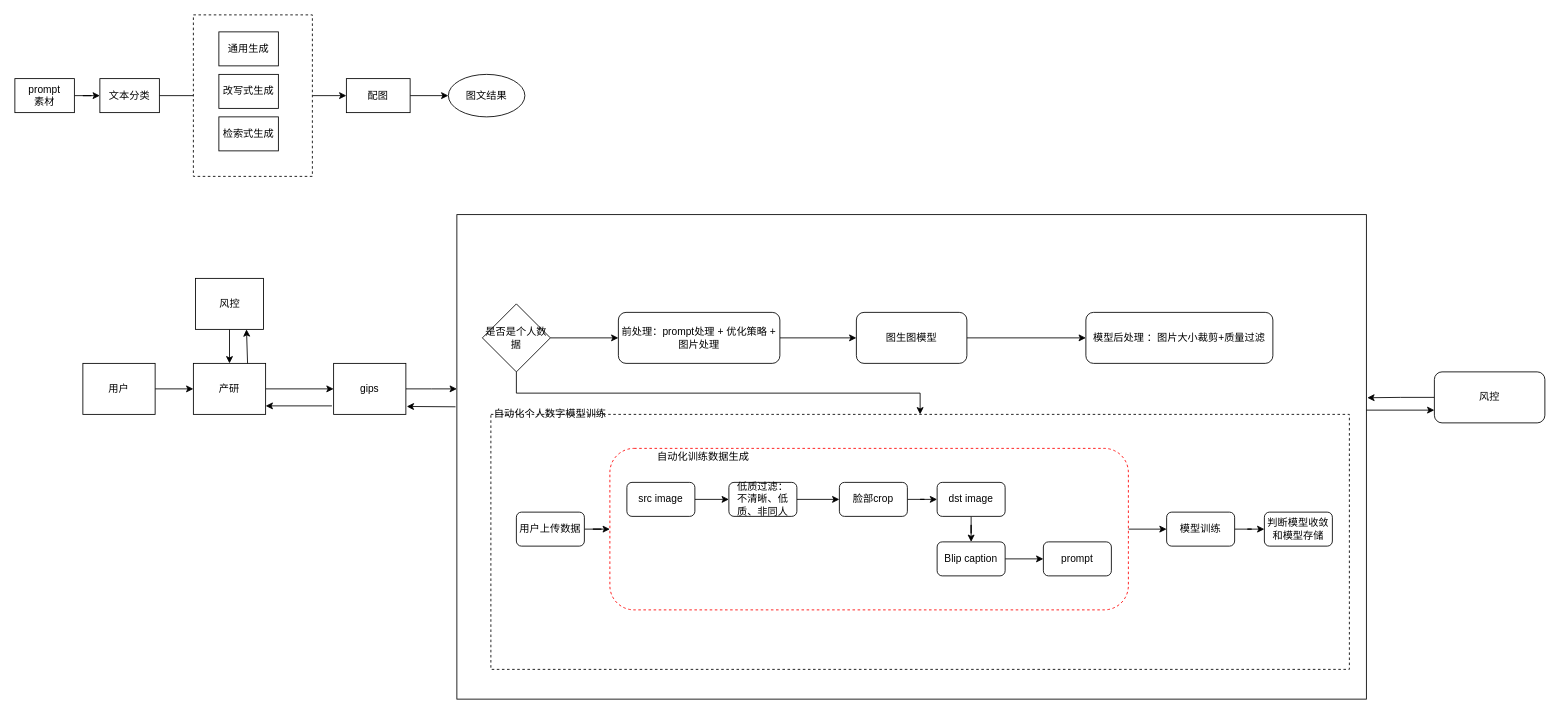
Earlier version of the draw.io diagram 图文生产.drawio (2018liuyan/one). Source tidied: cells renumbered, new cells numbered last; positions are measured from the earlier drawing's top-left corner, leaving out a move shared by most shapes. Both pictures are drawn from the tidied source at 85%, with x=0, y=0 at pixel (14, 14).
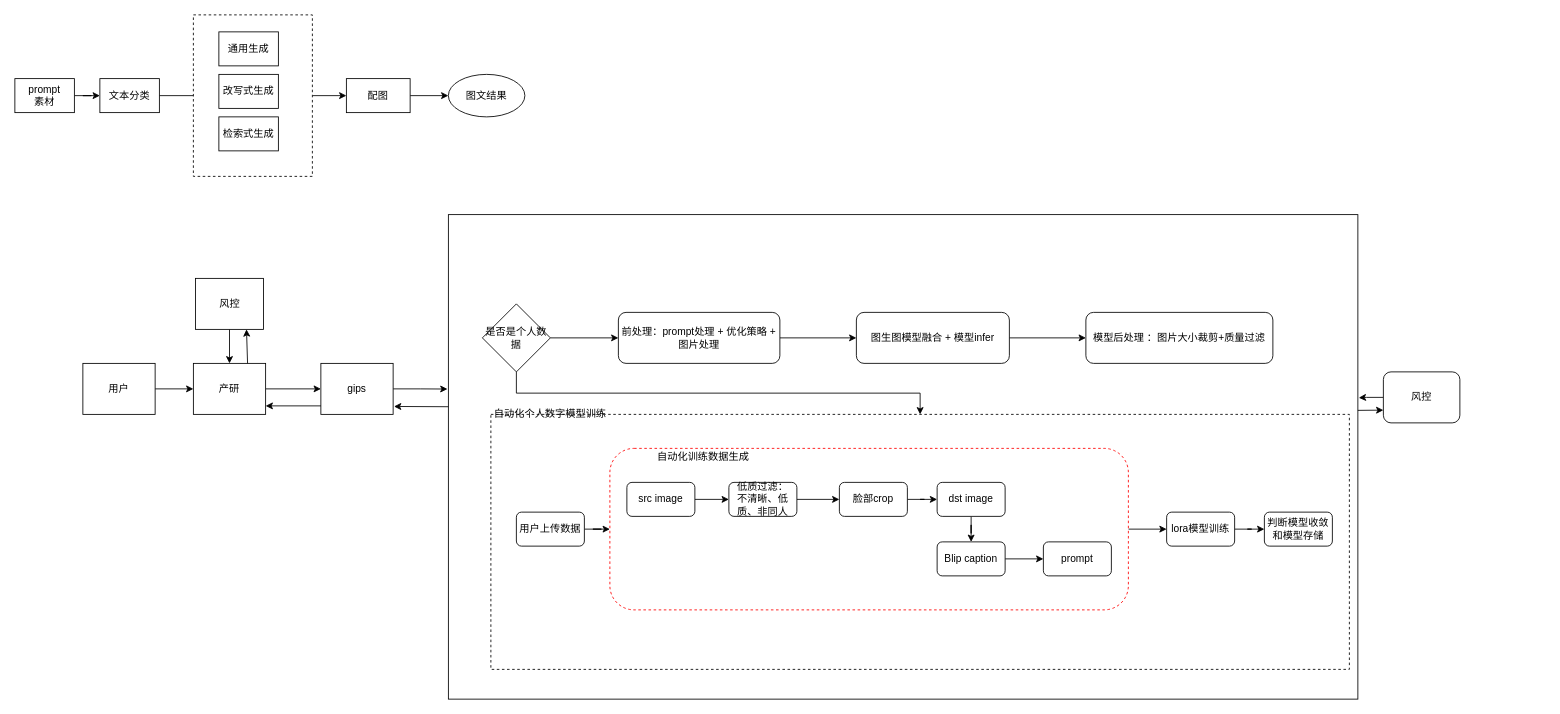
After the change.

Commit message:
更新图文生产.drawio

Change to the diagram source:
```diff
@@
     <mxCell id="2" style="rounded=0;whiteSpace=wrap;html=1;" parent="1" vertex="1">
-      <mxGeometry x="520" y="235" width="1070" height="570" as="geometry" />
+      <mxGeometry x="510" y="235" width="1070" height="570" as="geometry" />
     </mxCell>
@@
-    <mxCell id="19" value="图生图模型" style="rounded=1;whiteSpace=wrap;html=1;" parent="1" vertex="1">
-      <mxGeometry x="990" y="350" width="130" height="60" as="geometry" />
+    <mxCell id="19" value="图生图模型融合 + 模型infer" style="rounded=1;whiteSpace=wrap;html=1;" parent="1" vertex="1">
+      <mxGeometry x="990" y="350" width="180" height="60" as="geometry" />
     </mxCell>
@@
-    <mxCell id="23" style="edgeStyle=orthogonalEdgeStyle;rounded=0;jettySize=auto;html=1;" parent="1" edge="1" source="24">
-      <mxGeometry relative="1" as="geometry">
-        <mxPoint x="520" y="440" as="targetPoint" />
-      </mxGeometry>
+    <mxCell id="23" style="edgeStyle=orthogonalEdgeStyle;rounded=0;jettySize=auto;html=1;entryX=-0.001;entryY=0.36;entryDx=0;entryDy=0;entryPerimeter=0;" parent="1" edge="1" source="24" target="2">
+      <mxGeometry relative="1" as="geometry" />
     </mxCell>
     <mxCell id="24" value="gips" style="rounded=0;whiteSpace=wrap;html=1;" parent="1" vertex="1">
-      <mxGeometry x="375" y="410" width="85" height="60" as="geometry" />
+      <mxGeometry x="360" y="410" width="85" height="60" as="geometry" />
     </mxCell>
@@
-    <mxCell id="27" style="endArrow=classic;html=1;rounded=0;exitX=-0.002;exitY=0.588;exitDx=0;exitDy=0;exitPerimeter=0;entryX=1.012;entryY=0.845;entryDx=0;entryDy=0;entryPerimeter=0;" parent="1" edge="1" target="24">
+    <mxCell id="27" style="endArrow=classic;html=1;rounded=0;entryX=1.012;entryY=0.845;entryDx=0;entryDy=0;entryPerimeter=0;" parent="1" edge="1" target="24">
       <mxGeometry relative="1" as="geometry">
-        <mxPoint x="518.4" y="461.1" as="sourcePoint" />
+        <mxPoint x="510" y="461" as="sourcePoint" />
       </mxGeometry>
     </mxCell>
     <mxCell id="28" style="endArrow=classic;html=1;rounded=0;" parent="1" edge="1">
       <mxGeometry relative="1" as="geometry">
-        <mxPoint x="373" y="460" as="sourcePoint" />
+        <mxPoint x="360" y="460" as="sourcePoint" />
         <mxPoint x="295" y="460" as="targetPoint" />
       </mxGeometry>
     </mxCell>
@@
-    <mxCell id="42" value="模型训练" style="rounded=1;whiteSpace=wrap;html=1;" parent="1" vertex="1">
+    <mxCell id="42" value="lora模型训练" style="rounded=1;whiteSpace=wrap;html=1;" parent="1" vertex="1">
       <mxGeometry x="1355" y="585" width="80" height="40" as="geometry" />
     </mxCell>
@@
     <mxCell id="56" value="风控" style="rounded=1;whiteSpace=wrap;html=1;" parent="1" vertex="1">
-      <mxGeometry x="1670" y="420" width="130" height="60" as="geometry" />
+      <mxGeometry x="1610" y="420" width="90" height="60" as="geometry" />
     </mxCell>
-    <mxCell id="57" style="endArrow=classic;html=1;rounded=0;entryX=0;entryY=0.75;entryDx=0;entryDy=0;" parent="1" edge="1" target="56">
-      <mxGeometry relative="1" as="geometry">
-        <mxPoint x="1590" y="465" as="sourcePoint" />
-      </mxGeometry>
+    <mxCell id="57" style="endArrow=classic;html=1;rounded=0;entryX=0;entryY=0.75;entryDx=0;entryDy=0;exitX=1;exitY=0.404;exitDx=0;exitDy=0;exitPerimeter=0;" parent="1" edge="1" source="2" target="56">
+      <mxGeometry relative="1" as="geometry" />
     </mxCell>
```
